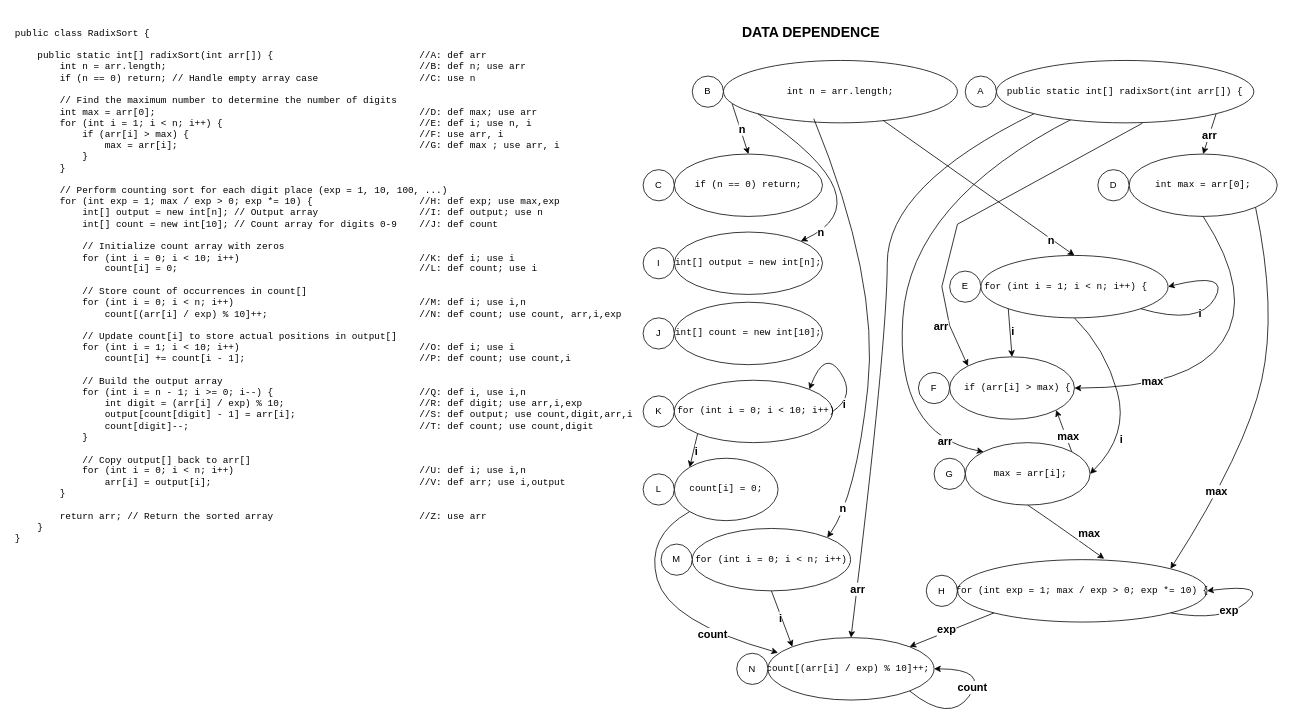
Barbera9/mixed keeps this draw.io diagram as W5.A3.drawio. Above is the earlier version. Source tidied: cells renumbered, new cells numbered last; positions are measured from the earlier drawing's top-left corner, leaving out a move shared by most shapes. Both pictures are drawn from the tidied source at 78%, with x=0, y=0 at pixel (13, 13).
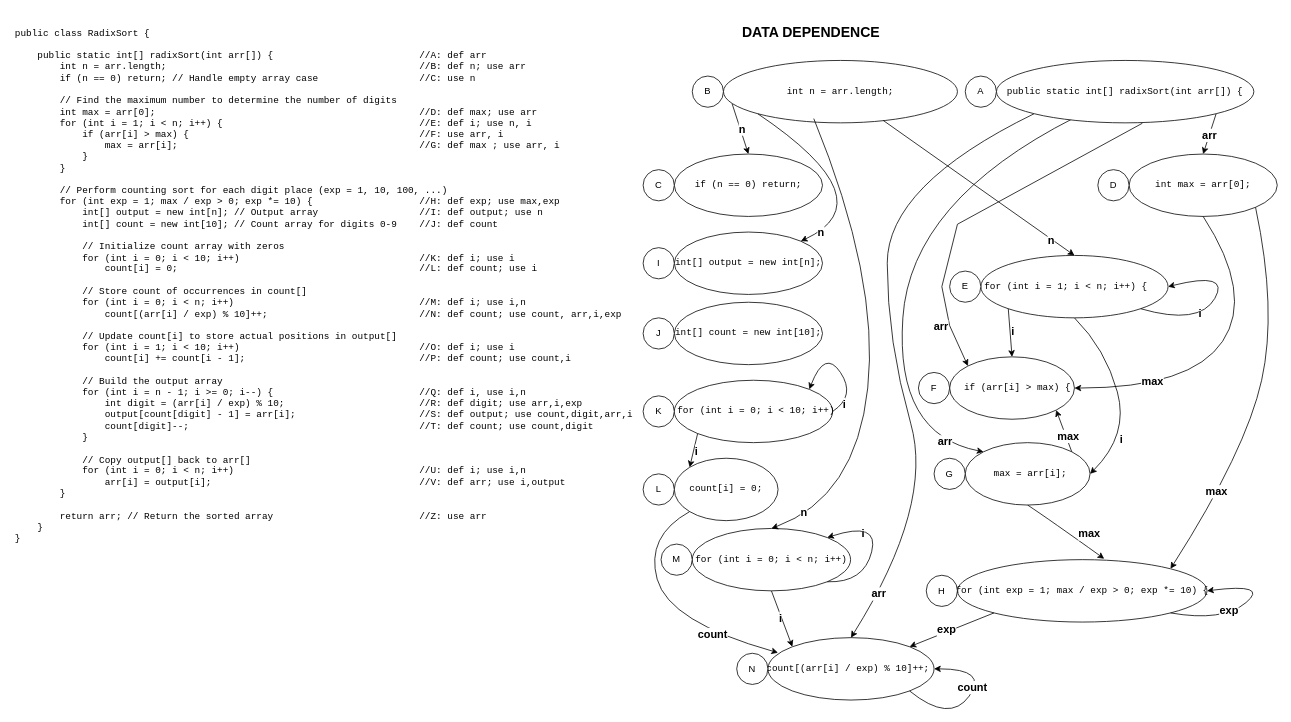
Above is the later version.

The change refers to these unchanged cells:
```xml
<mxCell id="3" value="&lt;pre id=&quot;yui_3_18_1_1_1743842538325_100&quot;&gt;&lt;code class=&quot;language-java&quot;&gt;int n = arr.length;&lt;/code&gt;&lt;/pre&gt;" style="ellipse;whiteSpace=wrap;html=1;" parent="1" vertex="1">
  <mxGeometry x="910" y="60" width="300" height="80" as="geometry" />
</mxCell>
<mxCell id="56" value="&lt;pre id=&quot;yui_3_18_1_1_1743842538325_100&quot;&gt;&lt;code class=&quot;language-java&quot;&gt;for (int i = 0; i &amp;lt; n; i++)&lt;/code&gt;&lt;/pre&gt;" style="ellipse;whiteSpace=wrap;html=1;" parent="1" vertex="1">
  <mxGeometry x="870" y="660" width="203" height="80" as="geometry" />
</mxCell>
<mxCell id="62" value="&lt;pre id=&quot;yui_3_18_1_1_1743842538325_100&quot;&gt;&lt;code class=&quot;language-java&quot;&gt; count[(arr[i] / exp) % 10]++;&lt;span style=&quot;white-space: pre;&quot;&gt;&#9;&lt;/span&gt;&lt;/code&gt;&lt;/pre&gt;" style="ellipse;whiteSpace=wrap;html=1;" parent="1" vertex="1">
  <mxGeometry x="967" y="800" width="213" height="80" as="geometry" />
</mxCell>
<mxCell id="70" value="&lt;pre id=&quot;yui_3_18_1_1_1743842538325_100&quot;&gt;&lt;code class=&quot;language-java&quot;&gt;public static int[] radixSort(int arr[]) {&lt;/code&gt;&lt;/pre&gt;" style="ellipse;whiteSpace=wrap;html=1;" parent="1" vertex="1">
  <mxGeometry x="1260" y="60" width="330" height="80" as="geometry" />
</mxCell>
```

Diff of the diagram source:
```diff
@@
-    <mxCell id="60" style="curved=1;endArrow=classic;html=1;rounded=0;exitX=0.386;exitY=0.932;exitDx=0;exitDy=0;exitPerimeter=0;entryX=1;entryY=0;entryDx=0;entryDy=0;" parent="1" edge="1" source="3" target="56">
+    <mxCell id="60" style="curved=1;endArrow=classic;html=1;rounded=0;exitX=0.386;exitY=0.932;exitDx=0;exitDy=0;exitPerimeter=0;entryX=0.5;entryY=0;entryDx=0;entryDy=0;" parent="1" edge="1" source="3" target="56">
       <mxGeometry relative="1" as="geometry">
         <Array as="points">
           <mxPoint x="1110" y="340" />
           <mxPoint x="1080" y="620" />
         </Array>
       </mxGeometry>
     </mxCell>
@@
     <mxCell id="68" style="curved=1;endArrow=classic;html=1;rounded=0;exitX=0;exitY=1;exitDx=0;exitDy=0;entryX=0.5;entryY=0;entryDx=0;entryDy=0;" parent="1" edge="1" source="70" target="62">
       <mxGeometry relative="1" as="geometry">
         <Array as="points">
           <mxPoint x="1120" y="220" />
           <mxPoint x="1120" y="420" />
+          <mxPoint x="1180" y="630" />
         </Array>
       </mxGeometry>
     </mxCell>
@@
+    <mxCell id="76" style="curved=1;endArrow=classic;html=1;rounded=0;exitX=1;exitY=1;exitDx=0;exitDy=0;entryX=1;entryY=0;entryDx=0;entryDy=0;" parent="1" edge="1" source="56" target="56">
+      <mxGeometry relative="1" as="geometry">
+        <Array as="points">
+          <mxPoint x="1090" y="730" />
+          <mxPoint x="1110" y="650" />
+        </Array>
+      </mxGeometry>
+    </mxCell>
+    <mxCell id="77" value="&lt;b&gt;&lt;font style=&quot;font-size: 14px;&quot;&gt;i&lt;/font&gt;&lt;/b&gt;" style="edgeLabel;html=1;align=center;verticalAlign=middle;" parent="76" vertex="1">
+      <mxGeometry x="0.55" y="8" relative="1" as="geometry" />
+    </mxCell>
```
